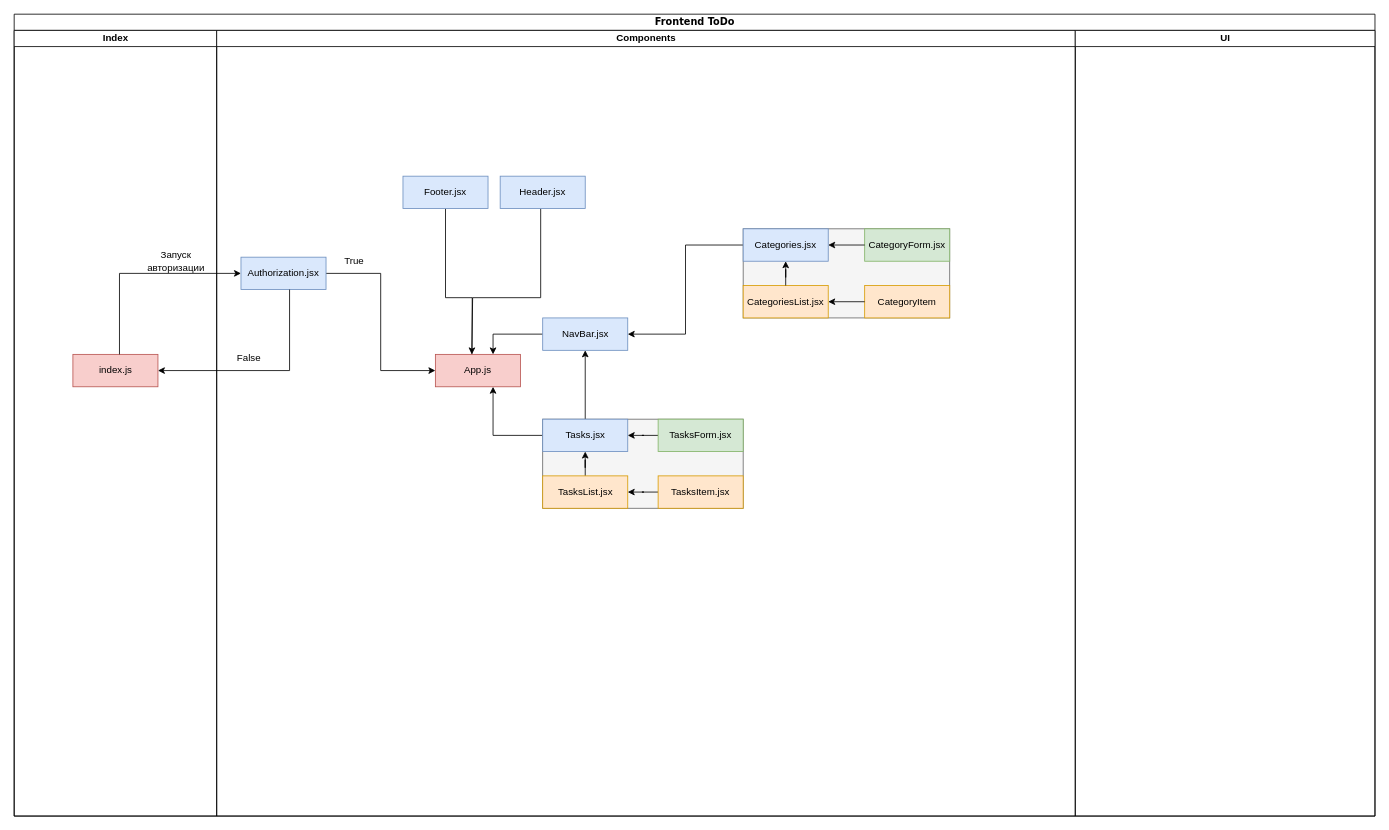
BesPredel63/todo_reactjs keeps this draw.io diagram as todo_reactjs.drawio. Above is the earlier version. Source tidied: cells renumbered, new cells numbered last; positions are measured from the earlier drawing's top-left corner, leaving out a move shared by most shapes. Both pictures are drawn from the tidied source at 81%, with x=0, y=0 at pixel (14, 14).
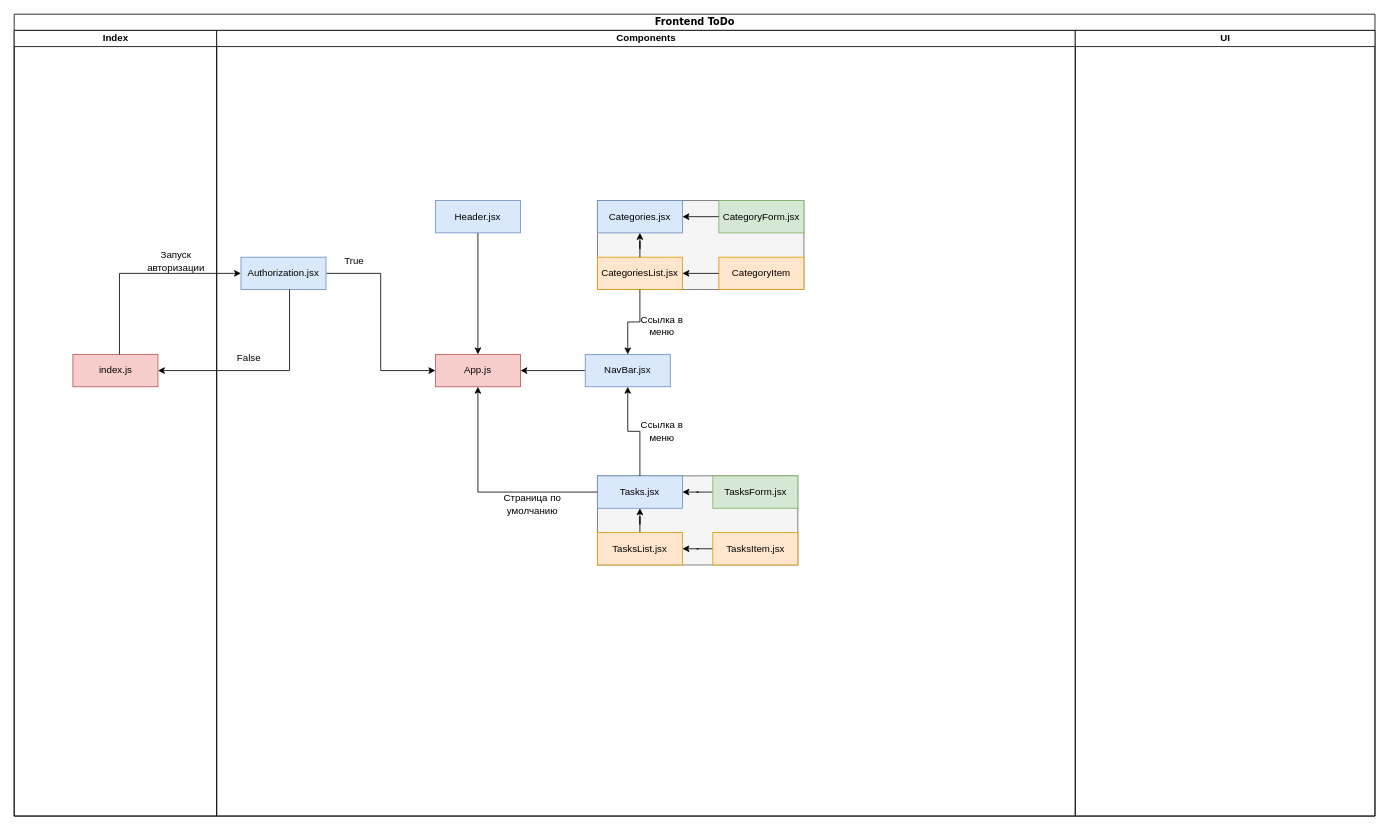
The same page after the edit.

Commit message:
Группировка компонентов

The change refers to these unchanged cells:
```xml
<mxCell id="6" value="Components" style="swimlane;html=1;startSize=20;" parent="2" vertex="1">
  <mxGeometry x="250" y="20" width="1060" height="970" as="geometry" />
</mxCell>
<mxCell id="18" value="App.js" style="rounded=0;whiteSpace=wrap;html=1;fillColor=#f8cecc;strokeColor=#b85450;" parent="6" vertex="1">
  <mxGeometry x="270" y="400" width="105" height="40" as="geometry" />
</mxCell>
<mxCell id="22" value="Categories.jsx" style="rounded=0;whiteSpace=wrap;html=1;fillColor=#dae8fc;strokeColor=#6c8ebf;" parent="21" vertex="1">
  <mxGeometry width="105" height="40" as="geometry" />
</mxCell>
<mxCell id="23" value="CategoriesList.jsx" style="rounded=0;whiteSpace=wrap;html=1;fillColor=#ffe6cc;strokeColor=#d79b00;" parent="21" vertex="1">
  <mxGeometry y="70" width="105" height="40" as="geometry" />
</mxCell>
<mxCell id="30" value="Tasks.jsx" style="rounded=0;whiteSpace=wrap;html=1;fillColor=#dae8fc;strokeColor=#6c8ebf;" parent="29" vertex="1">
  <mxGeometry width="105" height="40" as="geometry" />
</mxCell>
```

What changed in the source:
```diff
@@
-    <mxCell id="9" style="edgeStyle=orthogonalEdgeStyle;rounded=0;jettySize=auto;html=1;entryX=0.75;entryY=1;entryDx=0;entryDy=0;" parent="6" edge="1" source="30">
-      <mxGeometry relative="1" as="geometry">
-        <mxPoint x="341.2" y="440" as="targetPoint" />
-        <Array as="points">
-          <mxPoint x="341" y="500" />
-        </Array>
-      </mxGeometry>
-    </mxCell>
-    <mxCell id="10" style="edgeStyle=orthogonalEdgeStyle;rounded=0;jettySize=auto;html=1;" parent="6" edge="1" source="30" target="13">
-      <mxGeometry relative="1" as="geometry" />
-    </mxCell>
-    <mxCell id="11" style="edgeStyle=orthogonalEdgeStyle;rounded=0;jettySize=auto;html=1;entryX=1;entryY=0.5;entryDx=0;entryDy=0;" parent="6" edge="1" source="22" target="13">
-      <mxGeometry relative="1" as="geometry" />
-    </mxCell>
-    <mxCell id="12" style="edgeStyle=orthogonalEdgeStyle;rounded=0;jettySize=auto;html=1;entryX=0.75;entryY=0;entryDx=0;entryDy=0;" parent="6" edge="1" source="13">
-      <mxGeometry relative="1" as="geometry">
-        <mxPoint x="341.2" y="400" as="targetPoint" />
-        <Array as="points">
-          <mxPoint x="341" y="375" />
-        </Array>
-      </mxGeometry>
-    </mxCell>
+    <mxCell id="40" style="edgeStyle=orthogonalEdgeStyle;rounded=0;jettySize=auto;html=1;entryX=1;entryY=0.5;entryDx=0;entryDy=0;" parent="6" edge="1" source="13" target="18">
+      <mxGeometry relative="1" as="geometry" />
+    </mxCell>
     <mxCell id="13" value="NavBar.jsx" style="rounded=0;whiteSpace=wrap;html=1;fillColor=#dae8fc;strokeColor=#6c8ebf;" parent="6" vertex="1">
-      <mxGeometry x="402.5" y="355" width="105" height="40" as="geometry" />
+      <mxGeometry x="455" y="400" width="105" height="40" as="geometry" />
     </mxCell>
-    <mxCell id="14" style="edgeStyle=orthogonalEdgeStyle;rounded=0;jettySize=auto;html=1;entryX=0.5;entryY=0;entryDx=0;entryDy=0;" parent="6" edge="1" source="15">
-      <mxGeometry relative="1" as="geometry">
-        <mxPoint x="315" y="400" as="targetPoint" />
-        <Array as="points">
-          <mxPoint x="400" y="330" />
-          <mxPoint x="316" y="330" />
-        </Array>
-      </mxGeometry>
-    </mxCell>
+    <mxCell id="41" style="edgeStyle=orthogonalEdgeStyle;rounded=0;jettySize=auto;html=1;entryX=0.5;entryY=0;entryDx=0;entryDy=0;" parent="6" edge="1" source="15" target="18">
+      <mxGeometry relative="1" as="geometry" />
+    </mxCell>
     <mxCell id="15" value="Header.jsx" style="rounded=0;whiteSpace=wrap;html=1;fillColor=#dae8fc;strokeColor=#6c8ebf;" parent="6" vertex="1">
-      <mxGeometry x="350" y="180" width="105" height="40" as="geometry" />
+      <mxGeometry x="270" y="210" width="105" height="40" as="geometry" />
     </mxCell>
-    <mxCell id="16" style="edgeStyle=orthogonalEdgeStyle;rounded=0;jettySize=auto;html=1;entryX=0.5;entryY=1;entryDx=0;entryDy=0;" parent="6" edge="1" source="17">
-      <mxGeometry relative="1" as="geometry">
-        <mxPoint x="315" y="440" as="targetPoint" />
-      </mxGeometry>
-    </mxCell>
-    <mxCell id="17" value="Footer.jsx" style="rounded=0;whiteSpace=wrap;html=1;fillColor=#dae8fc;strokeColor=#6c8ebf;" parent="6" vertex="1">
-      <mxGeometry x="230" y="180" width="105" height="40" as="geometry" />
-    </mxCell>
@@
     <mxCell id="21" style="group;fillColor=#f5f5f5;fontColor=#333333;strokeColor=#666666;" parent="6" vertex="1">
-      <mxGeometry x="650" y="245" width="255" height="110" as="geometry" />
+      <mxGeometry x="470" y="210" width="255" height="110" as="geometry" />
     </mxCell>
@@
     <mxCell id="29" style="group;fillColor=#f5f5f5;fontColor=#333333;strokeColor=#666666;" parent="6" vertex="1">
-      <mxGeometry x="402.5" y="480" width="247.5" height="110" as="geometry" />
+      <mxGeometry x="470" y="550" width="247.5" height="110" as="geometry" />
     </mxCell>
@@
+    <mxCell id="42" style="edgeStyle=orthogonalEdgeStyle;rounded=0;jettySize=auto;html=1;entryX=0.5;entryY=0;entryDx=0;entryDy=0;" parent="6" edge="1" source="23" target="13">
+      <mxGeometry relative="1" as="geometry" />
+    </mxCell>
+    <mxCell id="10" style="edgeStyle=orthogonalEdgeStyle;rounded=0;jettySize=auto;html=1;entryX=0.5;entryY=1;entryDx=0;entryDy=0;" parent="6" edge="1" source="30" target="13">
+      <mxGeometry relative="1" as="geometry" />
+    </mxCell>
+    <mxCell id="43" style="edgeStyle=orthogonalEdgeStyle;rounded=0;jettySize=auto;html=1;entryX=0.5;entryY=1;entryDx=0;entryDy=0;" parent="6" edge="1" source="30" target="18">
+      <mxGeometry relative="1" as="geometry" />
+    </mxCell>
+    <mxCell id="44" value="Страница по умолчанию" style="text;html=1;strokeColor=none;fillColor=none;align=center;verticalAlign=middle;whiteSpace=wrap;rounded=0;" parent="6" vertex="1">
+      <mxGeometry x="325" y="570" width="130" height="30" as="geometry" />
+    </mxCell>
+    <mxCell id="45" value="Ссылка в меню" style="text;html=1;strokeColor=none;fillColor=none;align=center;verticalAlign=middle;whiteSpace=wrap;rounded=0;" parent="6" vertex="1">
+      <mxGeometry x="520" y="480" width="60" height="30" as="geometry" />
+    </mxCell>
+    <mxCell id="46" value="Ссылка в меню" style="text;html=1;strokeColor=none;fillColor=none;align=center;verticalAlign=middle;whiteSpace=wrap;rounded=0;" parent="6" vertex="1">
+      <mxGeometry x="520" y="350" width="60" height="30" as="geometry" />
+    </mxCell>
```
